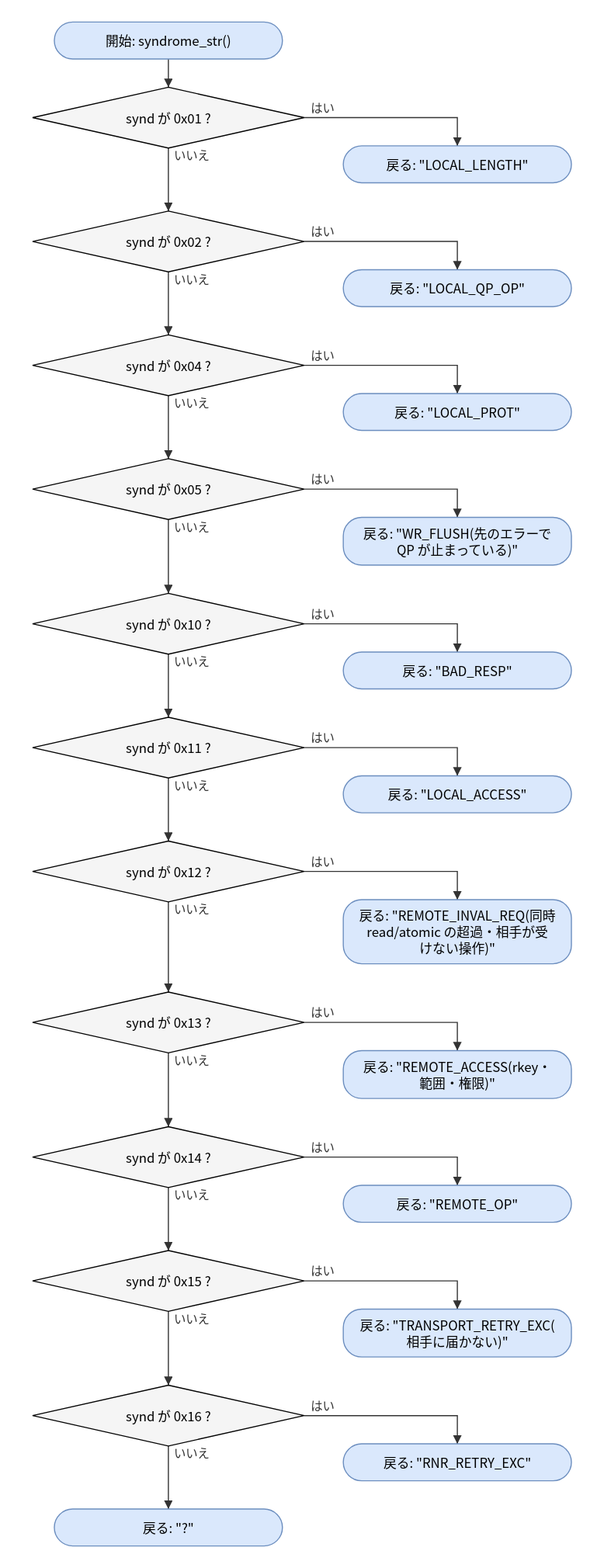
This is doc/spec/images/flow_src_bfm_ops-syndrome_str.drawio.svg from hf355051012-ai/bfmem, a draw.io export, as it was before one commit. Source tidied: cells renumbered, new cells last; positions are measured from the earlier drawing's top-left corner, leaving out a move shared by most shapes.
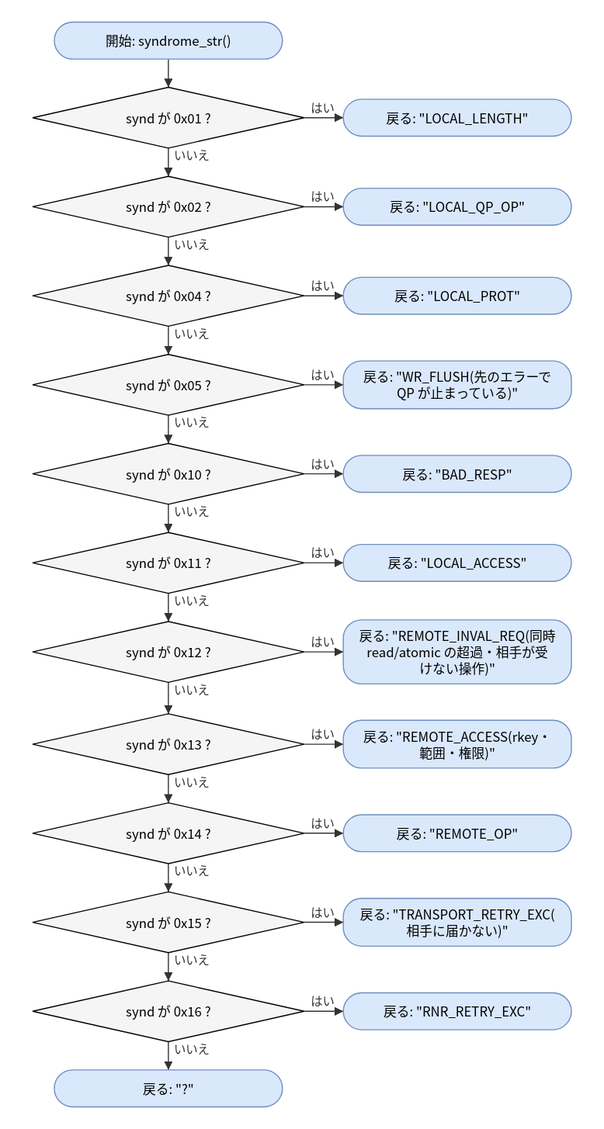
Above is the later version.

Change to the diagram source:
```diff
@@ -9,180 +9,136 @@
       <mxGeometry y="60" width="250" height="56" as="geometry" />
     </mxCell>
     <mxCell id="4" value="戻る: &amp;quot;LOCAL_LENGTH&amp;quot;" style="rounded=1;arcSize=50;whiteSpace=wrap;html=1;fillColor=#dae8fc;strokeColor=#6c8ebf;" parent="1" vertex="1">
-      <mxGeometry x="286" y="114" width="210" height="34" as="geometry" />
+      <mxGeometry x="286" y="71" width="210" height="34" as="geometry" />
     </mxCell>
     <mxCell id="5" value="synd が 0x02 ?" style="rhombus;whiteSpace=wrap;html=1;fillColor=#f5f5f5;" parent="1" vertex="1">
-      <mxGeometry y="174" width="250" height="56" as="geometry" />
+      <mxGeometry y="142" width="250" height="56" as="geometry" />
     </mxCell>
     <mxCell id="6" value="戻る: &amp;quot;LOCAL_QP_OP&amp;quot;" style="rounded=1;arcSize=50;whiteSpace=wrap;html=1;fillColor=#dae8fc;strokeColor=#6c8ebf;" parent="1" vertex="1">
-      <mxGeometry x="286" y="228" width="210" height="34" as="geometry" />
+      <mxGeometry x="286" y="153" width="210" height="34" as="geometry" />
     </mxCell>
     <mxCell id="7" value="synd が 0x04 ?" style="rhombus;whiteSpace=wrap;html=1;fillColor=#f5f5f5;" parent="1" vertex="1">
-      <mxGeometry y="288" width="250" height="56" as="geometry" />
+      <mxGeometry y="224" width="250" height="56" as="geometry" />
     </mxCell>
     <mxCell id="8" value="戻る: &amp;quot;LOCAL_PROT&amp;quot;" style="rounded=1;arcSize=50;whiteSpace=wrap;html=1;fillColor=#dae8fc;strokeColor=#6c8ebf;" parent="1" vertex="1">
-      <mxGeometry x="286" y="342" width="210" height="34" as="geometry" />
+      <mxGeometry x="286" y="235" width="210" height="34" as="geometry" />
     </mxCell>
     <mxCell id="9" value="synd が 0x05 ?" style="rhombus;whiteSpace=wrap;html=1;fillColor=#f5f5f5;" parent="1" vertex="1">
-      <mxGeometry y="402" width="250" height="56" as="geometry" />
+      <mxGeometry y="306" width="250" height="56" as="geometry" />
     </mxCell>
     <mxCell id="10" value="戻る: &amp;quot;WR_FLUSH(先のエラーで&lt;br&gt;QP が止まっている)&amp;quot;" style="rounded=1;arcSize=50;whiteSpace=wrap;html=1;fillColor=#dae8fc;strokeColor=#6c8ebf;" parent="1" vertex="1">
-      <mxGeometry x="286" y="456" width="210" height="44" as="geometry" />
+      <mxGeometry x="286" y="312" width="210" height="44" as="geometry" />
     </mxCell>
     <mxCell id="11" value="synd が 0x10 ?" style="rhombus;whiteSpace=wrap;html=1;fillColor=#f5f5f5;" parent="1" vertex="1">
-      <mxGeometry y="526" width="250" height="56" as="geometry" />
+      <mxGeometry y="388" width="250" height="56" as="geometry" />
     </mxCell>
     <mxCell id="12" value="戻る: &amp;quot;BAD_RESP&amp;quot;" style="rounded=1;arcSize=50;whiteSpace=wrap;html=1;fillColor=#dae8fc;strokeColor=#6c8ebf;" parent="1" vertex="1">
-      <mxGeometry x="286" y="580" width="210" height="34" as="geometry" />
+      <mxGeometry x="286" y="399" width="210" height="34" as="geometry" />
     </mxCell>
     <mxCell id="13" value="synd が 0x11 ?" style="rhombus;whiteSpace=wrap;html=1;fillColor=#f5f5f5;" parent="1" vertex="1">
-      <mxGeometry y="640" width="250" height="56" as="geometry" />
+      <mxGeometry y="470" width="250" height="56" as="geometry" />
     </mxCell>
     <mxCell id="14" value="戻る: &amp;quot;LOCAL_ACCESS&amp;quot;" style="rounded=1;arcSize=50;whiteSpace=wrap;html=1;fillColor=#dae8fc;strokeColor=#6c8ebf;" parent="1" vertex="1">
-      <mxGeometry x="286" y="694" width="210" height="34" as="geometry" />
+      <mxGeometry x="286" y="481" width="210" height="34" as="geometry" />
     </mxCell>
     <mxCell id="15" value="synd が 0x12 ?" style="rhombus;whiteSpace=wrap;html=1;fillColor=#f5f5f5;" parent="1" vertex="1">
-      <mxGeometry y="754" width="250" height="56" as="geometry" />
+      <mxGeometry y="552" width="250" height="56" as="geometry" />
     </mxCell>
     <mxCell id="16" value="戻る: &amp;quot;REMOTE_INVAL_REQ(同時&lt;br&gt;read/atomic の超過・相手が受&lt;br&gt;けない操作)&amp;quot;" style="rounded=1;arcSize=50;whiteSpace=wrap;html=1;fillColor=#dae8fc;strokeColor=#6c8ebf;" parent="1" vertex="1">
-      <mxGeometry x="286" y="808" width="210" height="59" as="geometry" />
+      <mxGeometry x="286" y="550.5" width="210" height="59" as="geometry" />
     </mxCell>
     <mxCell id="17" value="synd が 0x13 ?" style="rhombus;whiteSpace=wrap;html=1;fillColor=#f5f5f5;" parent="1" vertex="1">
-      <mxGeometry y="893" width="250" height="56" as="geometry" />
+      <mxGeometry y="637" width="250" height="56" as="geometry" />
     </mxCell>
     <mxCell id="18" value="戻る: &amp;quot;REMOTE_ACCESS(rkey・&lt;br&gt;範囲・権限)&amp;quot;" style="rounded=1;arcSize=50;whiteSpace=wrap;html=1;fillColor=#dae8fc;strokeColor=#6c8ebf;" parent="1" vertex="1">
-      <mxGeometry x="286" y="947" width="210" height="44" as="geometry" />
+      <mxGeometry x="286" y="643" width="210" height="44" as="geometry" />
     </mxCell>
     <mxCell id="19" value="synd が 0x14 ?" style="rhombus;whiteSpace=wrap;html=1;fillColor=#f5f5f5;" parent="1" vertex="1">
-      <mxGeometry y="1017" width="250" height="56" as="geometry" />
+      <mxGeometry y="719" width="250" height="56" as="geometry" />
     </mxCell>
     <mxCell id="20" value="戻る: &amp;quot;REMOTE_OP&amp;quot;" style="rounded=1;arcSize=50;whiteSpace=wrap;html=1;fillColor=#dae8fc;strokeColor=#6c8ebf;" parent="1" vertex="1">
-      <mxGeometry x="286" y="1071" width="210" height="34" as="geometry" />
+      <mxGeometry x="286" y="730" width="210" height="34" as="geometry" />
     </mxCell>
     <mxCell id="21" value="synd が 0x15 ?" style="rhombus;whiteSpace=wrap;html=1;fillColor=#f5f5f5;" parent="1" vertex="1">
-      <mxGeometry y="1131" width="250" height="56" as="geometry" />
+      <mxGeometry y="801" width="250" height="56" as="geometry" />
     </mxCell>
     <mxCell id="22" value="戻る: &amp;quot;TRANSPORT_RETRY_EXC(&lt;br&gt;相手に届かない)&amp;quot;" style="rounded=1;arcSize=50;whiteSpace=wrap;html=1;fillColor=#dae8fc;strokeColor=#6c8ebf;" parent="1" vertex="1">
-      <mxGeometry x="286" y="1185" width="210" height="44" as="geometry" />
+      <mxGeometry x="286" y="807" width="210" height="44" as="geometry" />
     </mxCell>
     <mxCell id="23" value="synd が 0x16 ?" style="rhombus;whiteSpace=wrap;html=1;fillColor=#f5f5f5;" parent="1" vertex="1">
-      <mxGeometry y="1255" width="250" height="56" as="geometry" />
+      <mxGeometry y="883" width="250" height="56" as="geometry" />
     </mxCell>
     <mxCell id="24" value="戻る: &amp;quot;RNR_RETRY_EXC&amp;quot;" style="rounded=1;arcSize=50;whiteSpace=wrap;html=1;fillColor=#dae8fc;strokeColor=#6c8ebf;" parent="1" vertex="1">
-      <mxGeometry x="286" y="1309" width="210" height="34" as="geometry" />
+      <mxGeometry x="286" y="894" width="210" height="34" as="geometry" />
     </mxCell>
     <mxCell id="25" value="戻る: &amp;quot;?&amp;quot;" style="rounded=1;arcSize=50;whiteSpace=wrap;html=1;fillColor=#dae8fc;strokeColor=#6c8ebf;" parent="1" vertex="1">
-      <mxGeometry x="20" y="1369" width="210" height="34" as="geometry" />
+      <mxGeometry x="20" y="965" width="210" height="34" as="geometry" />
     </mxCell>
     <mxCell id="26" style="edgeStyle=none;html=1;rounded=0;endArrow=block;endFill=1;exitX=0.5000;exitY=1.0000;exitDx=0;exitDy=0;exitPerimeter=0;entryX=0.5000;entryY=0.0000;entryDx=0;entryDy=0;entryPerimeter=0;" parent="1" edge="1" source="2" target="3">
       <mxGeometry relative="1" as="geometry" />
     </mxCell>
-    <mxCell id="27" value="はい" style="edgeStyle=none;html=1;rounded=0;endArrow=block;endFill=1;exitX=1.0000;exitY=0.5000;exitDx=0;exitDy=0;exitPerimeter=0;entryX=0.5000;entryY=0.0000;entryDx=0;entryDy=0;entryPerimeter=0;" parent="1" edge="1" source="3" target="4">
-      <mxGeometry relative="1" as="geometry">
-        <Array as="points">
-          <mxPoint x="391" y="88" />
-        </Array>
-      </mxGeometry>
+    <mxCell id="27" value="はい" style="edgeStyle=none;html=1;rounded=0;endArrow=block;endFill=1;exitX=1.0000;exitY=0.5000;exitDx=0;exitDy=0;exitPerimeter=0;entryX=0.0000;entryY=0.5000;entryDx=0;entryDy=0;entryPerimeter=0;" parent="1" edge="1" source="3" target="4">
+      <mxGeometry relative="1" as="geometry" />
     </mxCell>
     <mxCell id="28" value="いいえ" style="edgeStyle=none;html=1;rounded=0;endArrow=block;endFill=1;exitX=0.5000;exitY=1.0000;exitDx=0;exitDy=0;exitPerimeter=0;entryX=0.5000;entryY=0.0000;entryDx=0;entryDy=0;entryPerimeter=0;" parent="1" edge="1" source="3" target="5">
       <mxGeometry relative="1" as="geometry" />
     </mxCell>
-    <mxCell id="29" value="はい" style="edgeStyle=none;html=1;rounded=0;endArrow=block;endFill=1;exitX=1.0000;exitY=0.5000;exitDx=0;exitDy=0;exitPerimeter=0;entryX=0.5000;entryY=0.0000;entryDx=0;entryDy=0;entryPerimeter=0;" parent="1" edge="1" source="5" target="6">
-      <mxGeometry relative="1" as="geometry">
-        <Array as="points">
-          <mxPoint x="391" y="202" />
-        </Array>
-      </mxGeometry>
+    <mxCell id="29" value="はい" style="edgeStyle=none;html=1;rounded=0;endArrow=block;endFill=1;exitX=1.0000;exitY=0.5000;exitDx=0;exitDy=0;exitPerimeter=0;entryX=0.0000;entryY=0.5000;entryDx=0;entryDy=0;entryPerimeter=0;" parent="1" edge="1" source="5" target="6">
+      <mxGeometry relative="1" as="geometry" />
     </mxCell>
     <mxCell id="30" value="いいえ" style="edgeStyle=none;html=1;rounded=0;endArrow=block;endFill=1;exitX=0.5000;exitY=1.0000;exitDx=0;exitDy=0;exitPerimeter=0;entryX=0.5000;entryY=0.0000;entryDx=0;entryDy=0;entryPerimeter=0;" parent="1" edge="1" source="5" target="7">
       <mxGeometry relative="1" as="geometry" />
     </mxCell>
-    <mxCell id="31" value="はい" style="edgeStyle=none;html=1;rounded=0;endArrow=block;endFill=1;exitX=1.0000;exitY=0.5000;exitDx=0;exitDy=0;exitPerimeter=0;entryX=0.5000;entryY=0.0000;entryDx=0;entryDy=0;entryPerimeter=0;" parent="1" edge="1" source="7" target="8">
-      <mxGeometry relative="1" as="geometry">
-        <Array as="points">
-          <mxPoint x="391" y="316" />
-        </Array>
-      </mxGeometry>
+    <mxCell id="31" value="はい" style="edgeStyle=none;html=1;rounded=0;endArrow=block;endFill=1;exitX=1.0000;exitY=0.5000;exitDx=0;exitDy=0;exitPerimeter=0;entryX=0.0000;entryY=0.5000;entryDx=0;entryDy=0;entryPerimeter=0;" parent="1" edge="1" source="7" target="8">
+      <mxGeometry relative="1" as="geometry" />
     </mxCell>
     <mxCell id="32" value="いいえ" style="edgeStyle=none;html=1;rounded=0;endArrow=block;endFill=1;exitX=0.5000;exitY=1.0000;exitDx=0;exitDy=0;exitPerimeter=0;entryX=0.5000;entryY=0.0000;entryDx=0;entryDy=0;entryPerimeter=0;" parent="1" edge="1" source="7" target="9">
       <mxGeometry relative="1" as="geometry" />
     </mxCell>
-    <mxCell id="33" value="はい" style="edgeStyle=none;html=1;rounded=0;endArrow=block;endFill=1;exitX=1.0000;exitY=0.5000;exitDx=0;exitDy=0;exitPerimeter=0;entryX=0.5000;entryY=0.0000;entryDx=0;entryDy=0;entryPerimeter=0;" parent="1" edge="1" source="9" target="10">
-      <mxGeometry relative="1" as="geometry">
-        <Array as="points">
-          <mxPoint x="391" y="430" />
-        </Array>
-      </mxGeometry>
+    <mxCell id="33" value="はい" style="edgeStyle=none;html=1;rounded=0;endArrow=block;endFill=1;exitX=1.0000;exitY=0.5000;exitDx=0;exitDy=0;exitPerimeter=0;entryX=0.0000;entryY=0.5000;entryDx=0;entryDy=0;entryPerimeter=0;" parent="1" edge="1" source="9" target="10">
+      <mxGeometry relative="1" as="geometry" />
     </mxCell>
     <mxCell id="34" value="いいえ" style="edgeStyle=none;html=1;rounded=0;endArrow=block;endFill=1;exitX=0.5000;exitY=1.0000;exitDx=0;exitDy=0;exitPerimeter=0;entryX=0.5000;entryY=0.0000;entryDx=0;entryDy=0;entryPerimeter=0;" parent="1" edge="1" source="9" target="11">
       <mxGeometry relative="1" as="geometry" />
     </mxCell>
-    <mxCell id="35" value="はい" style="edgeStyle=none;html=1;rounded=0;endArrow=block;endFill=1;exitX=1.0000;exitY=0.5000;exitDx=0;exitDy=0;exitPerimeter=0;entryX=0.5000;entryY=0.0000;entryDx=0;entryDy=0;entryPerimeter=0;" parent="1" edge="1" source="11" target="12">
-      <mxGeometry relative="1" as="geometry">
-        <Array as="points">
-          <mxPoint x="391" y="554" />
-        </Array>
-      </mxGeometry>
+    <mxCell id="35" value="はい" style="edgeStyle=none;html=1;rounded=0;endArrow=block;endFill=1;exitX=1.0000;exitY=0.5000;exitDx=0;exitDy=0;exitPerimeter=0;entryX=0.0000;entryY=0.5000;entryDx=0;entryDy=0;entryPerimeter=0;" parent="1" edge="1" source="11" target="12">
+      <mxGeometry relative="1" as="geometry" />
     </mxCell>
     <mxCell id="36" value="いいえ" style="edgeStyle=none;html=1;rounded=0;endArrow=block;endFill=1;exitX=0.5000;exitY=1.0000;exitDx=0;exitDy=0;exitPerimeter=0;entryX=0.5000;entryY=0.0000;entryDx=0;entryDy=0;entryPerimeter=0;" parent="1" edge="1" source="11" target="13">
       <mxGeometry relative="1" as="geometry" />
     </mxCell>
-    <mxCell id="37" value="はい" style="edgeStyle=none;html=1;rounded=0;endArrow=block;endFill=1;exitX=1.0000;exitY=0.5000;exitDx=0;exitDy=0;exitPerimeter=0;entryX=0.5000;entryY=0.0000;entryDx=0;entryDy=0;entryPerimeter=0;" parent="1" edge="1" source="13" target="14">
-      <mxGeometry relative="1" as="geometry">
-        <Array as="points">
-          <mxPoint x="391" y="668" />
-        </Array>
-      </mxGeometry>
+    <mxCell id="37" value="はい" style="edgeStyle=none;html=1;rounded=0;endArrow=block;endFill=1;exitX=1.0000;exitY=0.5000;exitDx=0;exitDy=0;exitPerimeter=0;entryX=0.0000;entryY=0.5000;entryDx=0;entryDy=0;entryPerimeter=0;" parent="1" edge="1" source="13" target="14">
+      <mxGeometry relative="1" as="geometry" />
     </mxCell>
     <mxCell id="38" value="いいえ" style="edgeStyle=none;html=1;rounded=0;endArrow=block;endFill=1;exitX=0.5000;exitY=1.0000;exitDx=0;exitDy=0;exitPerimeter=0;entryX=0.5000;entryY=0.0000;entryDx=0;entryDy=0;entryPerimeter=0;" parent="1" edge="1" source="13" target="15">
       <mxGeometry relative="1" as="geometry" />
     </mxCell>
-    <mxCell id="39" value="はい" style="edgeStyle=none;html=1;rounded=0;endArrow=block;endFill=1;exitX=1.0000;exitY=0.5000;exitDx=0;exitDy=0;exitPerimeter=0;entryX=0.5000;entryY=0.0000;entryDx=0;entryDy=0;entryPerimeter=0;" parent="1" edge="1" source="15" target="16">
-      <mxGeometry relative="1" as="geometry">
-        <Array as="points">
-          <mxPoint x="391" y="782" />
-        </Array>
-      </mxGeometry>
+    <mxCell id="39" value="はい" style="edgeStyle=none;html=1;rounded=0;endArrow=block;endFill=1;exitX=1.0000;exitY=0.5000;exitDx=0;exitDy=0;exitPerimeter=0;entryX=0.0000;entryY=0.5000;entryDx=0;entryDy=0;entryPerimeter=0;" parent="1" edge="1" source="15" target="16">
+      <mxGeometry relative="1" as="geometry" />
     </mxCell>
     <mxCell id="40" value="いいえ" style="edgeStyle=none;html=1;rounded=0;endArrow=block;endFill=1;exitX=0.5000;exitY=1.0000;exitDx=0;exitDy=0;exitPerimeter=0;entryX=0.5000;entryY=0.0000;entryDx=0;entryDy=0;entryPerimeter=0;" parent="1" edge="1" source="15" target="17">
       <mxGeometry relative="1" as="geometry" />
     </mxCell>
-    <mxCell id="41" value="はい" style="edgeStyle=none;html=1;rounded=0;endArrow=block;endFill=1;exitX=1.0000;exitY=0.5000;exitDx=0;exitDy=0;exitPerimeter=0;entryX=0.5000;entryY=0.0000;entryDx=0;entryDy=0;entryPerimeter=0;" parent="1" edge="1" source="17" target="18">
-      <mxGeometry relative="1" as="geometry">
-        <Array as="points">
-          <mxPoint x="391" y="921" />
-        </Array>
-      </mxGeometry>
+    <mxCell id="41" value="はい" style="edgeStyle=none;html=1;rounded=0;endArrow=block;endFill=1;exitX=1.0000;exitY=0.5000;exitDx=0;exitDy=0;exitPerimeter=0;entryX=0.0000;entryY=0.5000;entryDx=0;entryDy=0;entryPerimeter=0;" parent="1" edge="1" source="17" target="18">
+      <mxGeometry relative="1" as="geometry" />
     </mxCell>
     <mxCell id="42" value="いいえ" style="edgeStyle=none;html=1;rounded=0;endArrow=block;endFill=1;exitX=0.5000;exitY=1.0000;exitDx=0;exitDy=0;exitPerimeter=0;entryX=0.5000;entryY=0.0000;entryDx=0;entryDy=0;entryPerimeter=0;" parent="1" edge="1" source="17" target="19">
       <mxGeometry relative="1" as="geometry" />
     </mxCell>
-    <mxCell id="43" value="はい" style="edgeStyle=none;html=1;rounded=0;endArrow=block;endFill=1;exitX=1.0000;exitY=0.5000;exitDx=0;exitDy=0;exitPerimeter=0;entryX=0.5000;entryY=0.0000;entryDx=0;entryDy=0;entryPerimeter=0;" parent="1" edge="1" source="19" target="20">
-      <mxGeometry relative="1" as="geometry">
-        <Array as="points">
-          <mxPoint x="391" y="1045" />
-        </Array>
-      </mxGeometry>
+    <mxCell id="43" value="はい" style="edgeStyle=none;html=1;rounded=0;endArrow=block;endFill=1;exitX=1.0000;exitY=0.5000;exitDx=0;exitDy=0;exitPerimeter=0;entryX=0.0000;entryY=0.5000;entryDx=0;entryDy=0;entryPerimeter=0;" parent="1" edge="1" source="19" target="20">
+      <mxGeometry relative="1" as="geometry" />
     </mxCell>
     <mxCell id="44" value="いいえ" style="edgeStyle=none;html=1;rounded=0;endArrow=block;endFill=1;exitX=0.5000;exitY=1.0000;exitDx=0;exitDy=0;exitPerimeter=0;entryX=0.5000;entryY=0.0000;entryDx=0;entryDy=0;entryPerimeter=0;" parent="1" edge="1" source="19" target="21">
       <mxGeometry relative="1" as="geometry" />
     </mxCell>
-    <mxCell id="45" value="はい" style="edgeStyle=none;html=1;rounded=0;endArrow=block;endFill=1;exitX=1.0000;exitY=0.5000;exitDx=0;exitDy=0;exitPerimeter=0;entryX=0.5000;entryY=0.0000;entryDx=0;entryDy=0;entryPerimeter=0;" parent="1" edge="1" source="21" target="22">
-      <mxGeometry relative="1" as="geometry">
-        <Array as="points">
-          <mxPoint x="391" y="1159" />
-        </Array>
-      </mxGeometry>
+    <mxCell id="45" value="はい" style="edgeStyle=none;html=1;rounded=0;endArrow=block;endFill=1;exitX=1.0000;exitY=0.5000;exitDx=0;exitDy=0;exitPerimeter=0;entryX=0.0000;entryY=0.5000;entryDx=0;entryDy=0;entryPerimeter=0;" parent="1" edge="1" source="21" target="22">
+      <mxGeometry relative="1" as="geometry" />
     </mxCell>
     <mxCell id="46" value="いいえ" style="edgeStyle=none;html=1;rounded=0;endArrow=block;endFill=1;exitX=0.5000;exitY=1.0000;exitDx=0;exitDy=0;exitPerimeter=0;entryX=0.5000;entryY=0.0000;entryDx=0;entryDy=0;entryPerimeter=0;" parent="1" edge="1" source="21" target="23">
       <mxGeometry relative="1" as="geometry" />
     </mxCell>
-    <mxCell id="47" value="はい" style="edgeStyle=none;html=1;rounded=0;endArrow=block;endFill=1;exitX=1.0000;exitY=0.5000;exitDx=0;exitDy=0;exitPerimeter=0;entryX=0.5000;entryY=0.0000;entryDx=0;entryDy=0;entryPerimeter=0;" parent="1" edge="1" source="23" target="24">
-      <mxGeometry relative="1" as="geometry">
-        <Array as="points">
-          <mxPoint x="391" y="1283" />
-        </Array>
-      </mxGeometry>
+    <mxCell id="47" value="はい" style="edgeStyle=none;html=1;rounded=0;endArrow=block;endFill=1;exitX=1.0000;exitY=0.5000;exitDx=0;exitDy=0;exitPerimeter=0;entryX=0.0000;entryY=0.5000;entryDx=0;entryDy=0;entryPerimeter=0;" parent="1" edge="1" source="23" target="24">
+      <mxGeometry relative="1" as="geometry" />
     </mxCell>
     <mxCell id="48" value="いいえ" style="edgeStyle=none;html=1;rounded=0;endArrow=block;endFill=1;exitX=0.5000;exitY=1.0000;exitDx=0;exitDy=0;exitPerimeter=0;entryX=0.5000;entryY=0.0000;entryDx=0;entryDy=0;entryPerimeter=0;" parent="1" edge="1" source="23" target="25">
       <mxGeometry relative="1" as="geometry" />
```
